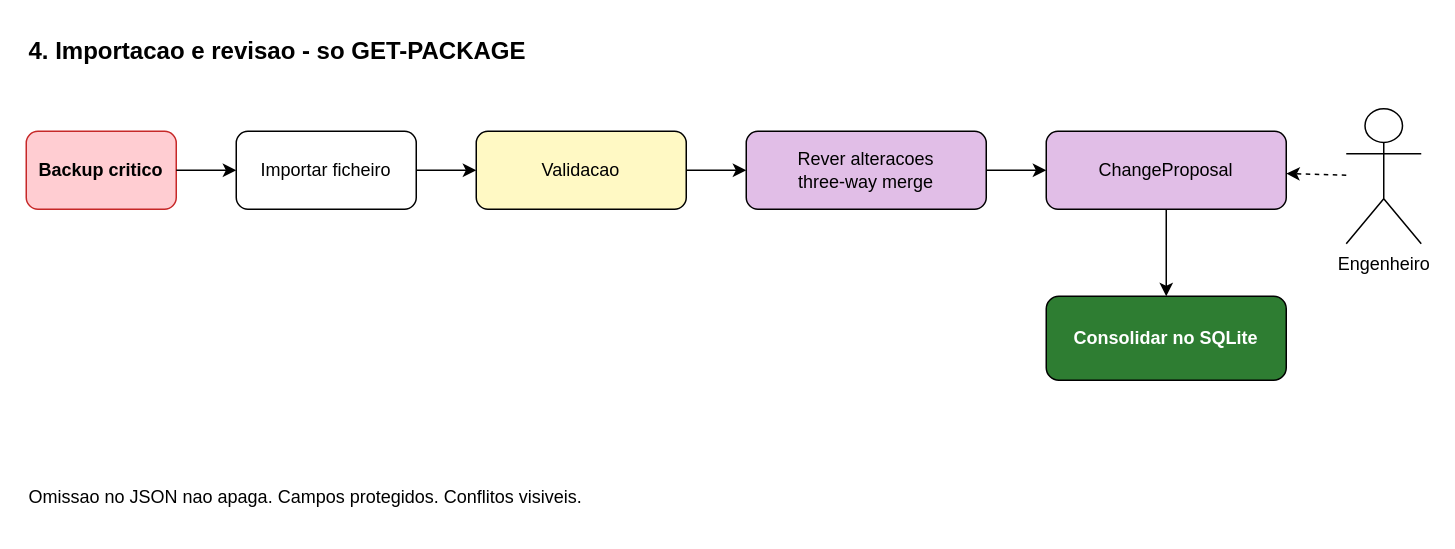
mastercorisco/GET keeps this draw.io diagram as page "04 Importacao e revisao" (5 of 6) of docs/diagrams/GET_METHOD_ALL_SHEETS.drawio. Above is the earlier version. Source tidied: cells renumbered, new cells numbered last; positions are measured from the earlier drawing's top-left corner, leaving out a move shared by most shapes. Both pictures are drawn from the tidied source at 150%, with x=0, y=0 at pixel (26, 26).
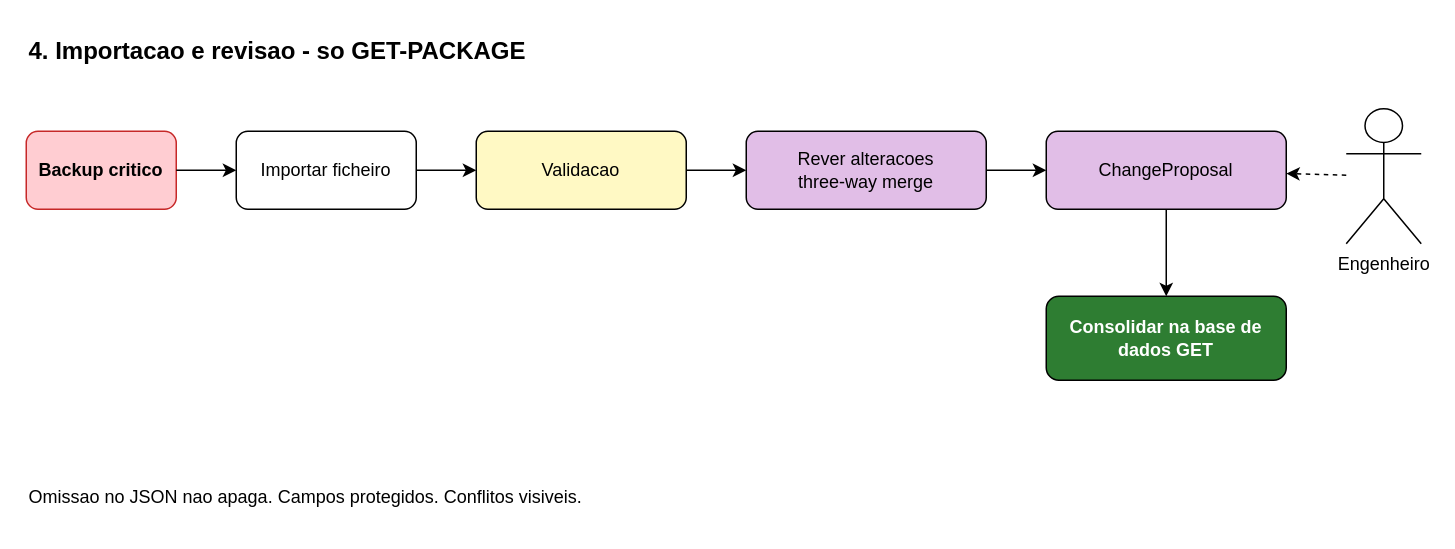
The same page after the edit.

What changed in the source:
```diff
@@
 <mxGraphModel>
   <root>
     <mxCell id="0" />
     <mxCell id="1" parent="0" />
     <mxCell id="2" value="4. Importacao e revisao - so GET-PACKAGE" style="text;html=1;fontSize=16;fontStyle=1;" parent="1" vertex="1">
       <mxGeometry width="500" height="32" as="geometry" />
     </mxCell>
     <mxCell id="3" value="Backup critico" style="rounded=1;whiteSpace=wrap;html=1;fillColor=#ffcdd2;strokeColor=#c62828;fontStyle=1;" parent="1" vertex="1">
       <mxGeometry y="70" width="100" height="52" as="geometry" />
     </mxCell>
     <mxCell id="4" value="Importar ficheiro" style="rounded=1;whiteSpace=wrap;html=1;" parent="1" vertex="1">
       <mxGeometry x="140" y="70" width="120" height="52" as="geometry" />
     </mxCell>
     <mxCell id="5" value="Validacao" style="rounded=1;whiteSpace=wrap;html=1;fillColor=#fff9c4;" parent="1" vertex="1">
       <mxGeometry x="300" y="70" width="140" height="52" as="geometry" />
     </mxCell>
     <mxCell id="6" value="Rever alteracoes&#10;three-way merge" style="rounded=1;whiteSpace=wrap;html=1;fillColor=#e1bee7;" parent="1" vertex="1">
       <mxGeometry x="480" y="70" width="160" height="52" as="geometry" />
     </mxCell>
     <mxCell id="7" value="ChangeProposal" style="rounded=1;whiteSpace=wrap;html=1;fillColor=#e1bee7;" parent="1" vertex="1">
       <mxGeometry x="680" y="70" width="160" height="52" as="geometry" />
     </mxCell>
     <mxCell id="8" value="Engenheiro" style="shape=umlActor;verticalLabelPosition=bottom;verticalAlign=top;html=1;outlineConnect=0;" parent="1" vertex="1">
       <mxGeometry x="880" y="55" width="50" height="90" as="geometry" />
     </mxCell>
-    <mxCell id="9" value="Consolidar no SQLite" style="rounded=1;whiteSpace=wrap;html=1;fillColor=#2e7d32;fontColor=#ffffff;fontStyle=1;" parent="1" vertex="1">
+    <mxCell id="9" value="Consolidar na base de dados GET" style="rounded=1;whiteSpace=wrap;html=1;fillColor=#2e7d32;fontColor=#ffffff;fontStyle=1;" parent="1" vertex="1">
       <mxGeometry x="680" y="180" width="160" height="56" as="geometry" />
     </mxCell>
     <mxCell id="10" value="Omissao no JSON nao apaga. Campos protegidos. Conflitos visiveis." style="text;html=1;align=left;fontSize=12;" parent="1" vertex="1">
       <mxGeometry y="300" width="600" height="32" as="geometry" />
     </mxCell>
     <mxCell id="11" style="endArrow=classic;html=1;" parent="1" edge="1" source="3" target="4">
       <mxGeometry relative="1" as="geometry" />
     </mxCell>
     <mxCell id="12" style="endArrow=classic;html=1;" parent="1" edge="1" source="4" target="5">
       <mxGeometry relative="1" as="geometry" />
     </mxCell>
     <mxCell id="13" style="endArrow=classic;html=1;" parent="1" edge="1" source="5" target="6">
       <mxGeometry relative="1" as="geometry" />
     </mxCell>
     <mxCell id="14" style="endArrow=classic;html=1;" parent="1" edge="1" source="6" target="7">
       <mxGeometry relative="1" as="geometry" />
     </mxCell>
     <mxCell id="15" style="endArrow=classic;html=1;dashed=1;" parent="1" edge="1" source="8" target="7">
       <mxGeometry relative="1" as="geometry" />
     </mxCell>
     <mxCell id="16" style="endArrow=classic;html=1;" parent="1" edge="1" source="7" target="9">
       <mxGeometry relative="1" as="geometry" />
     </mxCell>
   </root>
 </mxGraphModel>
```
